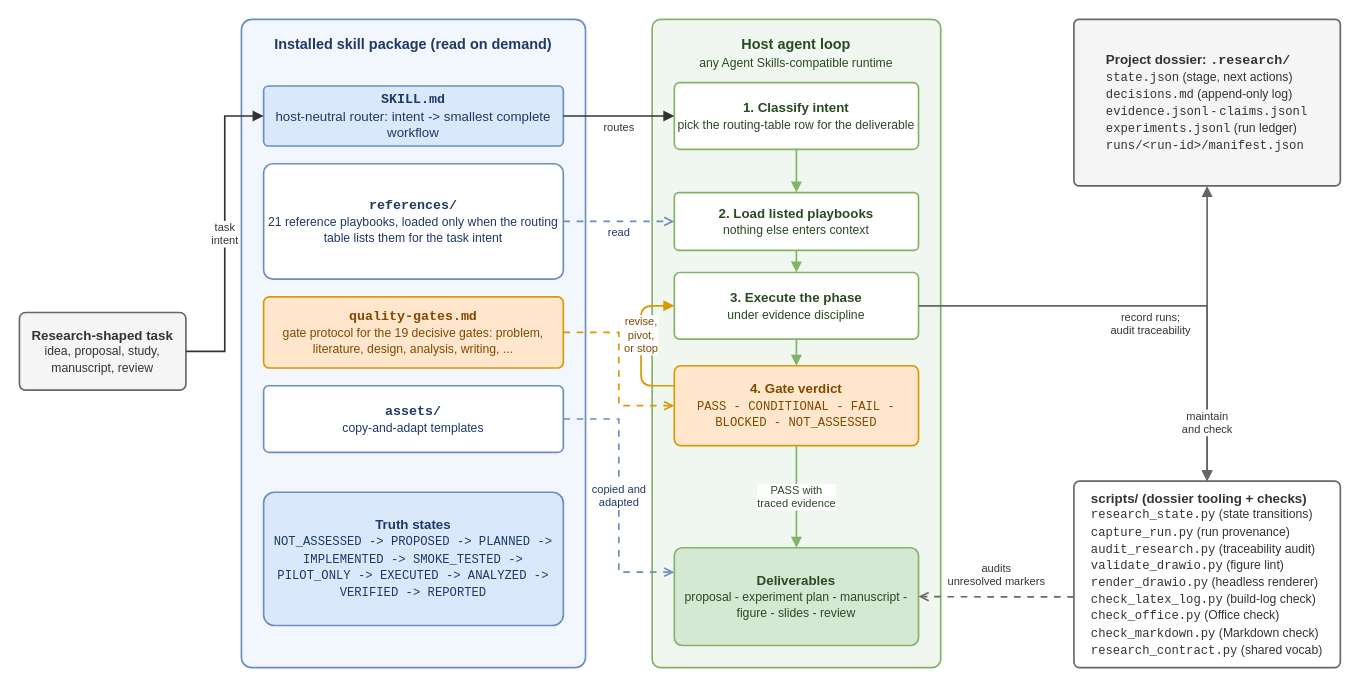
Before: figures/fig-001-skill-architecture.drawio in honghuy127/cs-ai-research-skills, a draw.io diagram. Source tidied: cells renumbered, new cells numbered last; positions are measured from the earlier drawing's top-left corner, leaving out a move shared by most shapes. Both pictures are drawn from the tidied source at 111%, with x=0, y=0 at pixel (19, 19).
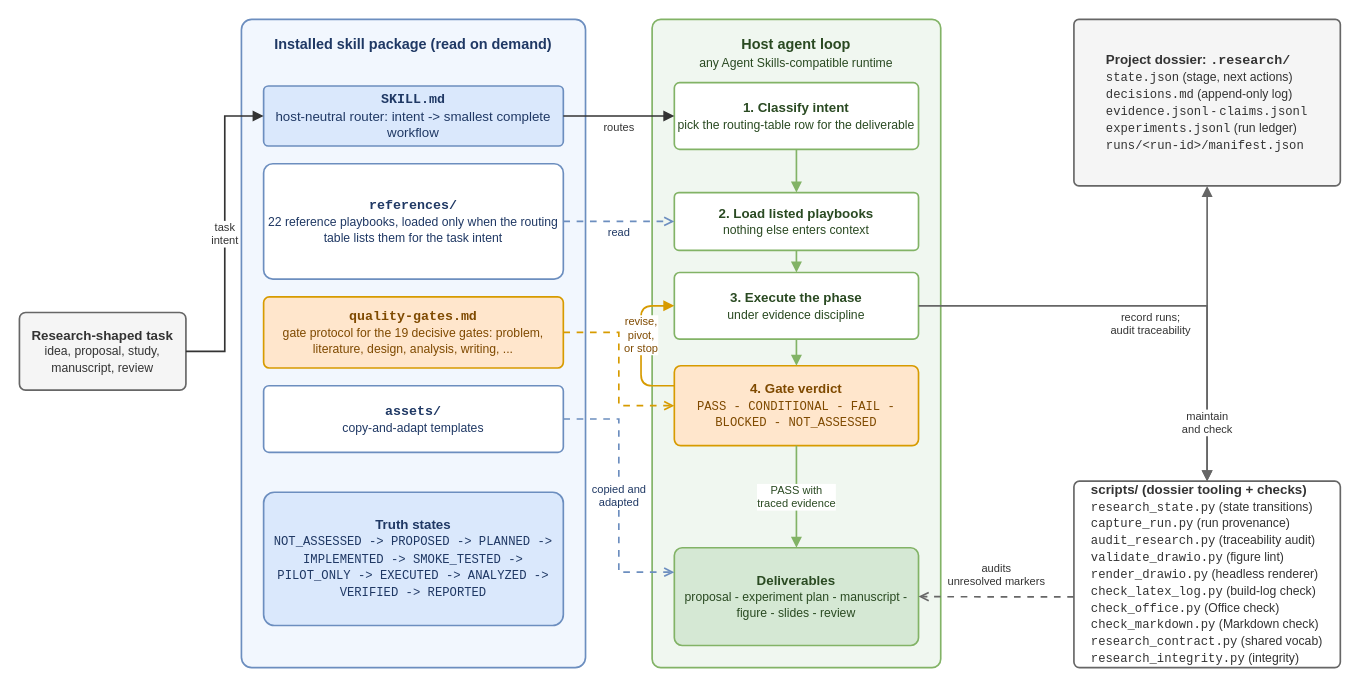
The same diagram, later.

Change to the diagram source:
```diff
@@
-    <mxCell id="4" value="&lt;b&gt;&lt;font face=&quot;Courier New&quot;&gt;references/&lt;/font&gt;&lt;/b&gt;&lt;br&gt;&lt;font style=&quot;font-size:11px&quot;&gt;21 reference playbooks, loaded only when the routing table lists them for the task intent&lt;/font&gt;" style="rounded=1;whiteSpace=wrap;html=1;fillColor=#FFFFFF;strokeColor=#6C8EBF;fontSize=12;fontColor=#1F3864;arcSize=8;strokeWidth=1.5;align=center;verticalAlign=middle;" parent="1" vertex="1">
+    <mxCell id="4" value="&lt;b&gt;&lt;font face=&quot;Courier New&quot;&gt;references/&lt;/font&gt;&lt;/b&gt;&lt;br&gt;&lt;font style=&quot;font-size:11px&quot;&gt;22 reference playbooks, loaded only when the routing table lists them for the task intent&lt;/font&gt;" style="rounded=1;whiteSpace=wrap;html=1;fillColor=#FFFFFF;strokeColor=#6C8EBF;fontSize=12;fontColor=#1F3864;arcSize=8;strokeWidth=1.5;align=center;verticalAlign=middle;" parent="1" vertex="1">
       <mxGeometry x="220" y="130" width="270" height="104" as="geometry" />
     </mxCell>
@@
-    <mxCell id="16" value="&lt;div align=&quot;left&quot;&gt;&lt;b&gt;scripts/ (dossier tooling + checks)&lt;/b&gt;&lt;br&gt;&lt;font style=&quot;font-size:11px&quot;&gt;&lt;font face=&quot;Courier New&quot;&gt;research_state.py&lt;/font&gt; (state transitions)&lt;/font&gt;&lt;br&gt;&lt;font style=&quot;font-size:11px&quot;&gt;&lt;font face=&quot;Courier New&quot;&gt;capture_run.py&lt;/font&gt; (run provenance)&lt;/font&gt;&lt;br&gt;&lt;font style=&quot;font-size:11px&quot;&gt;&lt;font face=&quot;Courier New&quot;&gt;audit_research.py&lt;/font&gt; (traceability audit)&lt;/font&gt;&lt;br&gt;&lt;font style=&quot;font-size:11px&quot;&gt;&lt;font face=&quot;Courier New&quot;&gt;validate_drawio.py&lt;/font&gt; (figure lint)&lt;/font&gt;&lt;br&gt;&lt;font style=&quot;font-size:11px&quot;&gt;&lt;font face=&quot;Courier New&quot;&gt;render_drawio.py&lt;/font&gt; (headless renderer)&lt;/font&gt;&lt;br&gt;&lt;font style=&quot;font-size:11px&quot;&gt;&lt;font face=&quot;Courier New&quot;&gt;check_latex_log.py&lt;/font&gt; (build-log check)&lt;/font&gt;&lt;br&gt;&lt;font style=&quot;font-size:11px&quot;&gt;&lt;font face=&quot;Courier New&quot;&gt;check_office.py&lt;/font&gt; (Office check)&lt;/font&gt;&lt;br&gt;&lt;font style=&quot;font-size:11px&quot;&gt;&lt;font face=&quot;Courier New&quot;&gt;check_markdown.py&lt;/font&gt; (Markdown check)&lt;/font&gt;&lt;br&gt;&lt;font style=&quot;font-size:11px&quot;&gt;&lt;font face=&quot;Courier New&quot;&gt;research_contract.py&lt;/font&gt; (shared vocab)&lt;/font&gt;&lt;/div&gt;" style="rounded=1;whiteSpace=wrap;html=1;fillColor=#FFFFFF;strokeColor=#666666;fontSize=12;fontColor=#333333;arcSize=3;strokeWidth=1.5;align=center;verticalAlign=middle;spacing=6;" parent="1" vertex="1">
+    <mxCell id="16" value="&lt;div align=&quot;left&quot;&gt;&lt;b&gt;scripts/ (dossier tooling + checks)&lt;/b&gt;&lt;br&gt;&lt;font style=&quot;font-size:11px&quot;&gt;&lt;font face=&quot;Courier New&quot;&gt;research_state.py&lt;/font&gt; (state transitions)&lt;/font&gt;&lt;br&gt;&lt;font style=&quot;font-size:11px&quot;&gt;&lt;font face=&quot;Courier New&quot;&gt;capture_run.py&lt;/font&gt; (run provenance)&lt;/font&gt;&lt;br&gt;&lt;font style=&quot;font-size:11px&quot;&gt;&lt;font face=&quot;Courier New&quot;&gt;audit_research.py&lt;/font&gt; (traceability audit)&lt;/font&gt;&lt;br&gt;&lt;font style=&quot;font-size:11px&quot;&gt;&lt;font face=&quot;Courier New&quot;&gt;validate_drawio.py&lt;/font&gt; (figure lint)&lt;/font&gt;&lt;br&gt;&lt;font style=&quot;font-size:11px&quot;&gt;&lt;font face=&quot;Courier New&quot;&gt;render_drawio.py&lt;/font&gt; (headless renderer)&lt;/font&gt;&lt;br&gt;&lt;font style=&quot;font-size:11px&quot;&gt;&lt;font face=&quot;Courier New&quot;&gt;check_latex_log.py&lt;/font&gt; (build-log check)&lt;/font&gt;&lt;br&gt;&lt;font style=&quot;font-size:11px&quot;&gt;&lt;font face=&quot;Courier New&quot;&gt;check_office.py&lt;/font&gt; (Office check)&lt;/font&gt;&lt;br&gt;&lt;font style=&quot;font-size:11px&quot;&gt;&lt;font face=&quot;Courier New&quot;&gt;check_markdown.py&lt;/font&gt; (Markdown check)&lt;/font&gt;&lt;br&gt;&lt;font style=&quot;font-size:11px&quot;&gt;&lt;font face=&quot;Courier New&quot;&gt;research_contract.py&lt;/font&gt; (shared vocab)&lt;/font&gt;&lt;br&gt;&lt;font style=&quot;font-size:11px&quot;&gt;&lt;font face=&quot;Courier New&quot;&gt;research_integrity.py&lt;/font&gt; (integrity)&lt;/font&gt;&lt;/div&gt;" style="rounded=1;whiteSpace=wrap;html=1;fillColor=#FFFFFF;strokeColor=#666666;fontSize=12;fontColor=#333333;arcSize=3;strokeWidth=1.5;align=center;verticalAlign=middle;spacing=6;" parent="1" vertex="1">
       <mxGeometry x="950" y="416" width="240" height="168" as="geometry" />
     </mxCell>
```
